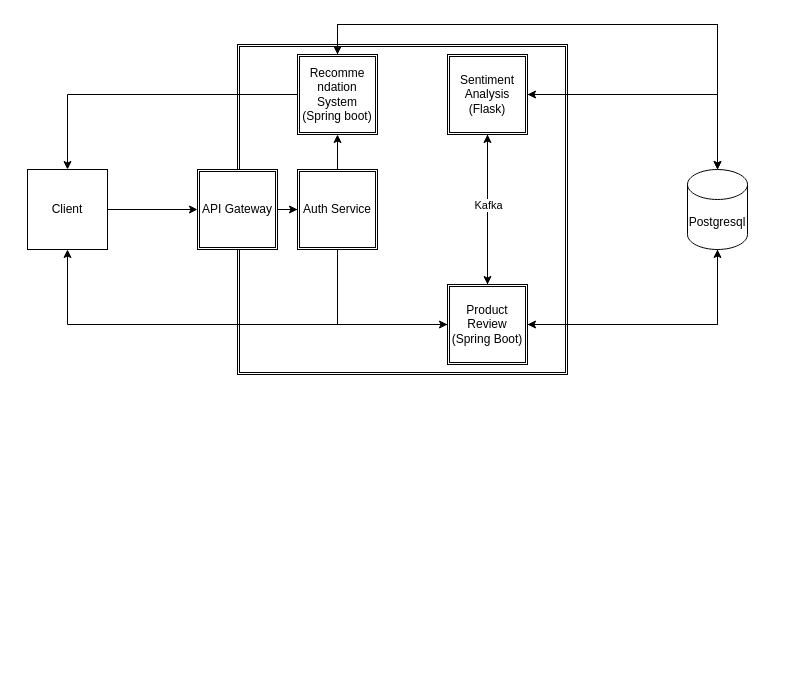
This is page "Backend System Architecture" (1 of 2) of critiqo.drawio from Sifat-16/critiqo-backend, a draw.io file, before an edit. Source tidied: cells renumbered, new cells numbered last; positions are measured from the earlier drawing's top-left corner, leaving out a move shared by most shapes. Both pictures are drawn from the tidied source at 100%, with x=0, y=0 at pixel (27, 24).
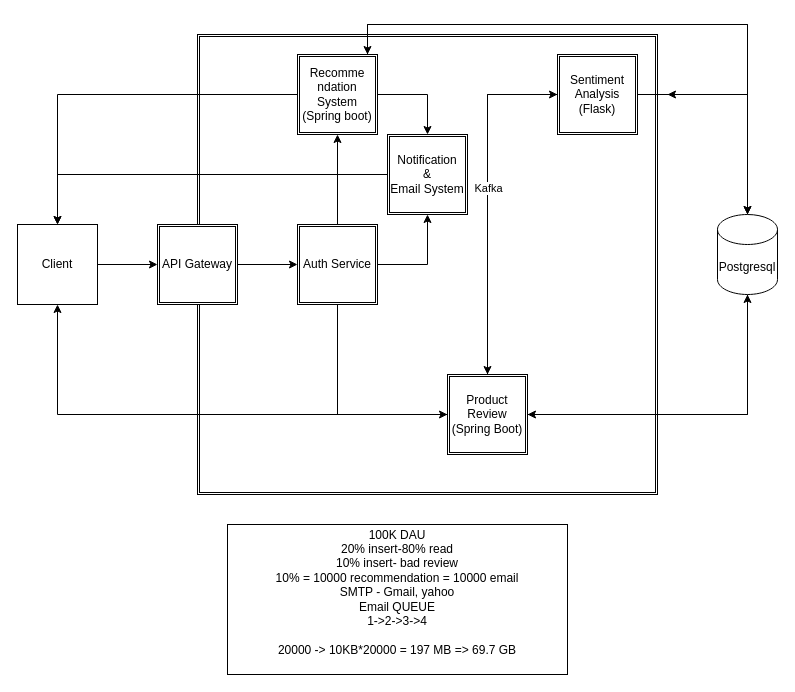
The same page after the edit.

The change refers to these unchanged cells:
```xml
<mxCell id="23" value="Recomme&lt;div&gt;ndation System&lt;br&gt;(Spring boot)&lt;/div&gt;" style="shape=ext;double=1;whiteSpace=wrap;html=1;" parent="1" vertex="1">
  <mxGeometry x="270" y="30" width="80" height="80" as="geometry" />
</mxCell>
```

Change to the diagram source:
```diff
@@
     <mxCell id="2" style="shape=ext;double=1;whiteSpace=wrap;html=1;" parent="1" vertex="1">
-      <mxGeometry x="210" y="20" width="330" height="330" as="geometry" />
+      <mxGeometry x="170" y="10" width="460" height="460" as="geometry" />
     </mxCell>
     <mxCell id="3" style="edgeStyle=orthogonalEdgeStyle;rounded=0;jettySize=auto;html=1;entryX=1;entryY=0.5;entryDx=0;entryDy=0;" parent="1" edge="1" source="6" target="19">
       <mxGeometry relative="1" as="geometry">
         <Array as="points">
-          <mxPoint x="690" y="300" />
+          <mxPoint x="720" y="390" />
         </Array>
       </mxGeometry>
     </mxCell>
-    <mxCell id="4" style="edgeStyle=orthogonalEdgeStyle;rounded=0;jettySize=auto;html=1;entryX=1;entryY=0.5;entryDx=0;entryDy=0;" parent="1" edge="1" source="6" target="15">
+    <mxCell id="4" style="edgeStyle=orthogonalEdgeStyle;rounded=0;orthogonalLoop=1;jettySize=auto;html=1;entryX=1;entryY=0.5;entryDx=0;entryDy=0;" parent="1" edge="1">
       <mxGeometry relative="1" as="geometry">
+        <mxPoint x="720" y="190" as="sourcePoint" />
+        <mxPoint x="640" y="70" as="targetPoint" />
         <Array as="points">
-          <mxPoint x="690" y="70" />
+          <mxPoint x="720" y="70" />
         </Array>
       </mxGeometry>
     </mxCell>
-    <mxCell id="5" style="edgeStyle=orthogonalEdgeStyle;rounded=0;jettySize=auto;html=1;entryX=0.5;entryY=0;entryDx=0;entryDy=0;" parent="1" edge="1" source="6" target="23">
+    <mxCell id="5" style="edgeStyle=orthogonalEdgeStyle;rounded=0;orthogonalLoop=1;jettySize=auto;html=1;entryX=0.5;entryY=0;entryDx=0;entryDy=0;" parent="1" edge="1">
       <mxGeometry relative="1" as="geometry">
+        <mxPoint x="720" y="190" as="sourcePoint" />
+        <mxPoint x="340" y="30" as="targetPoint" />
         <Array as="points">
-          <mxPoint x="690" />
-          <mxPoint x="310" />
+          <mxPoint x="720" />
+          <mxPoint x="340" />
         </Array>
       </mxGeometry>
     </mxCell>
     <mxCell id="6" value="Postgresql" style="shape=cylinder3;whiteSpace=wrap;html=1;boundedLbl=1;backgroundOutline=1;size=15;" parent="1" vertex="1">
-      <mxGeometry x="660" y="145" width="60" height="80" as="geometry" />
+      <mxGeometry x="690" y="190" width="60" height="80" as="geometry" />
     </mxCell>
@@
     <mxCell id="8" value="Client" style="whiteSpace=wrap;html=1;" parent="1" vertex="1">
-      <mxGeometry y="145" width="80" height="80" as="geometry" />
+      <mxGeometry x="-10" y="200" width="80" height="80" as="geometry" />
     </mxCell>
@@
     <mxCell id="10" value="API Gateway" style="shape=ext;double=1;whiteSpace=wrap;html=1;" parent="1" vertex="1">
-      <mxGeometry x="170" y="145" width="80" height="80" as="geometry" />
+      <mxGeometry x="130" y="200" width="80" height="80" as="geometry" />
     </mxCell>
     <mxCell id="11" style="edgeStyle=orthogonalEdgeStyle;rounded=0;jettySize=auto;html=1;entryX=0;entryY=0.5;entryDx=0;entryDy=0;" parent="1" edge="1" source="13" target="19">
       <mxGeometry relative="1" as="geometry">
         <Array as="points">
-          <mxPoint x="310" y="300" />
+          <mxPoint x="310" y="390" />
         </Array>
       </mxGeometry>
     </mxCell>
@@
+    <mxCell id="25" style="edgeStyle=orthogonalEdgeStyle;rounded=0;jettySize=auto;html=1;" parent="1" edge="1" source="13" target="28">
+      <mxGeometry relative="1" as="geometry" />
+    </mxCell>
     <mxCell id="13" value="Auth Service" style="shape=ext;double=1;whiteSpace=wrap;html=1;" parent="1" vertex="1">
-      <mxGeometry x="270" y="145" width="80" height="80" as="geometry" />
+      <mxGeometry x="270" y="200" width="80" height="80" as="geometry" />
     </mxCell>
@@
     <mxCell id="15" value="Sentiment Analysis&lt;div&gt;(Flask)&lt;/div&gt;" style="shape=ext;double=1;whiteSpace=wrap;html=1;" parent="1" vertex="1">
-      <mxGeometry x="420" y="30" width="80" height="80" as="geometry" />
+      <mxGeometry x="530" y="30" width="80" height="80" as="geometry" />
     </mxCell>
-    <mxCell id="16" style="edgeStyle=orthogonalEdgeStyle;rounded=0;jettySize=auto;html=1;entryX=0.5;entryY=1;entryDx=0;entryDy=0;" parent="1" edge="1" source="19" target="15">
-      <mxGeometry relative="1" as="geometry" />
+    <mxCell id="16" style="edgeStyle=orthogonalEdgeStyle;rounded=0;jettySize=auto;html=1;entryX=0;entryY=0.5;entryDx=0;entryDy=0;" parent="1" edge="1" source="19" target="15">
+      <mxGeometry relative="1" as="geometry">
+        <Array as="points">
+          <mxPoint x="460" y="70" />
+        </Array>
+      </mxGeometry>
     </mxCell>
@@
     <mxCell id="19" value="Product Review&lt;div&gt;(Spring Boot)&lt;/div&gt;" style="shape=ext;double=1;whiteSpace=wrap;html=1;" parent="1" vertex="1">
-      <mxGeometry x="420" y="260" width="80" height="80" as="geometry" />
+      <mxGeometry x="420" y="350" width="80" height="80" as="geometry" />
     </mxCell>
@@
+    <mxCell id="26" style="edgeStyle=orthogonalEdgeStyle;rounded=0;jettySize=auto;html=1;entryX=0.5;entryY=0;entryDx=0;entryDy=0;" parent="1" edge="1" source="23" target="28">
+      <mxGeometry relative="1" as="geometry" />
+    </mxCell>
@@
     <mxCell id="24" style="edgeStyle=orthogonalEdgeStyle;rounded=0;jettySize=auto;html=1;entryX=0.5;entryY=0;entryDx=0;entryDy=0;entryPerimeter=0;" parent="1" edge="1" source="23" target="6">
       <mxGeometry relative="1" as="geometry">
         <Array as="points">
-          <mxPoint x="310" />
-          <mxPoint x="690" />
+          <mxPoint x="340" />
+          <mxPoint x="720" />
         </Array>
       </mxGeometry>
     </mxCell>
+    <mxCell id="27" style="edgeStyle=orthogonalEdgeStyle;rounded=0;jettySize=auto;html=1;entryX=0.5;entryY=0;entryDx=0;entryDy=0;" parent="1" edge="1" source="28" target="8">
+      <mxGeometry relative="1" as="geometry" />
+    </mxCell>
+    <mxCell id="28" value="Notification&lt;br&gt;&amp;amp;&lt;br&gt;Email System" style="shape=ext;double=1;whiteSpace=wrap;html=1;" parent="1" vertex="1">
+      <mxGeometry x="360" y="110" width="80" height="80" as="geometry" />
+    </mxCell>
+    <mxCell id="29" value="100K DAU&lt;div&gt;20% insert-80% read&lt;/div&gt;&lt;div&gt;10% insert- bad review&lt;/div&gt;&lt;div&gt;10% = 10000 recommendation = 10000 email&lt;br&gt;SMTP - Gmail, yahoo&lt;/div&gt;&lt;div&gt;Email QUEUE&lt;br&gt;1-&amp;gt;2-&amp;gt;3-&amp;gt;4&lt;br&gt;&lt;br&gt;20000 -&amp;gt; 10KB*20000 = 197 MB =&amp;gt; 69.7 GB&lt;/div&gt;&lt;div&gt;&lt;br&gt;&lt;/div&gt;" style="whiteSpace=wrap;html=1;" parent="1" vertex="1">
+      <mxGeometry x="200" y="500" width="340" height="150" as="geometry" />
+    </mxCell>
```
